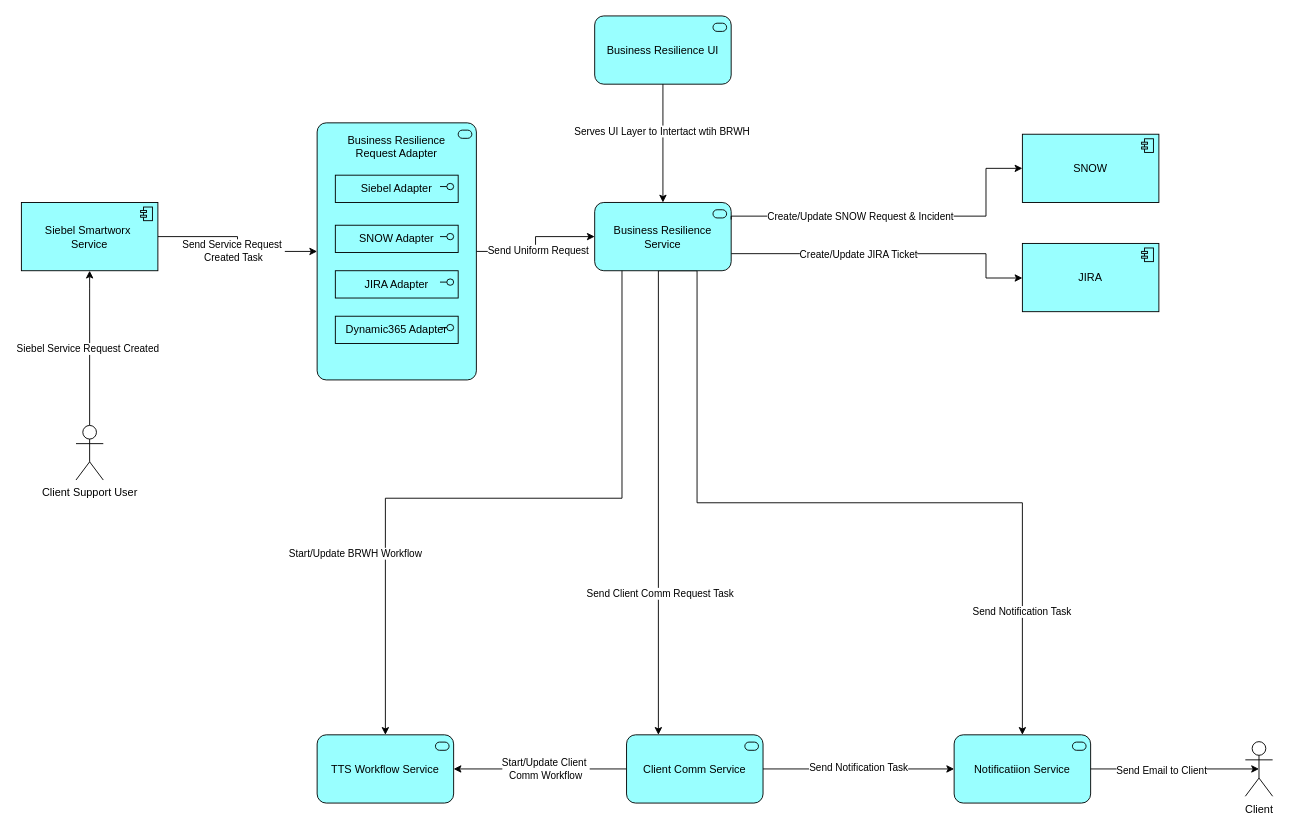
Above: BRWH_Architecture.drawio in ivineetyadav/architectures (draw.io), before the change. Source tidied: cells renumbered, new cells numbered last; positions are measured from the earlier drawing's top-left corner, leaving out a move shared by most shapes. Both pictures are drawn from the tidied source at 91%, with x=0, y=0 at pixel (21, 15).
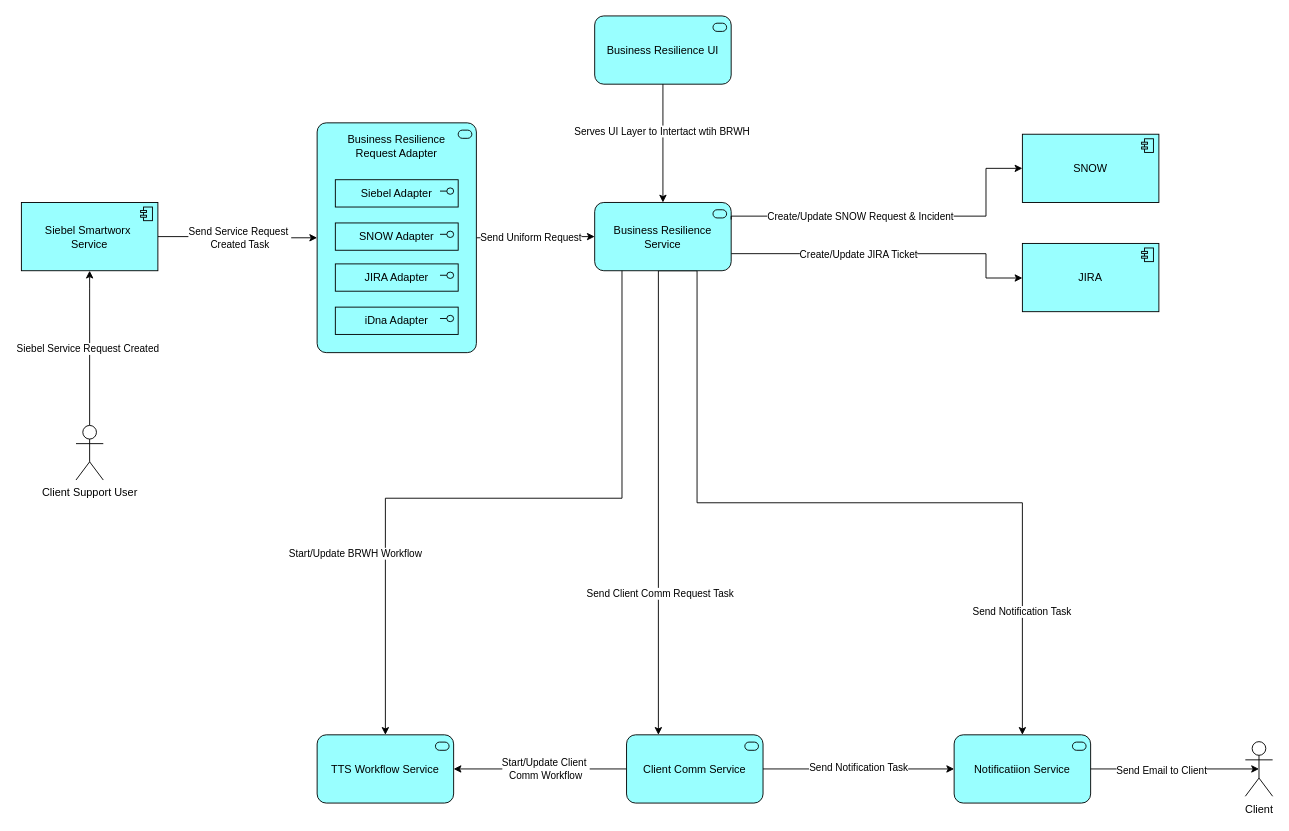
Above is the later version.

What changed in the source:
```diff
@@
-    <mxCell id="7" value="Business Resilience&lt;br&gt;Request Adapter&lt;div&gt;&lt;br&gt;&lt;/div&gt;&lt;div&gt;&lt;br&gt;&lt;/div&gt;&lt;div&gt;&lt;br&gt;&lt;/div&gt;&lt;div&gt;&lt;br&gt;&lt;/div&gt;&lt;div&gt;&lt;br&gt;&lt;/div&gt;&lt;div&gt;&lt;br&gt;&lt;/div&gt;&lt;div&gt;&lt;br&gt;&lt;/div&gt;&lt;div&gt;&lt;br&gt;&lt;/div&gt;&lt;div&gt;&lt;br&gt;&lt;/div&gt;&lt;div&gt;&lt;br&gt;&lt;/div&gt;&lt;div&gt;&lt;br&gt;&lt;/div&gt;&lt;div&gt;&lt;br&gt;&lt;/div&gt;&lt;div&gt;&lt;br&gt;&lt;/div&gt;&lt;div&gt;&lt;br&gt;&lt;/div&gt;&lt;div&gt;&lt;br&gt;&lt;/div&gt;&lt;div&gt;&lt;br&gt;&lt;/div&gt;" style="html=1;outlineConnect=0;whiteSpace=wrap;fillColor=#99ffff;shape=mxgraph.archimate3.application;appType=serv;archiType=rounded;" parent="1" vertex="1">
-      <mxGeometry x="325" y="117.5" width="175" height="282.5" as="geometry" />
+    <mxCell id="7" value="Business Resilience&lt;br&gt;Request Adapter&lt;div&gt;&lt;br&gt;&lt;/div&gt;&lt;div&gt;&lt;br&gt;&lt;/div&gt;&lt;div&gt;&lt;br&gt;&lt;/div&gt;&lt;div&gt;&lt;br&gt;&lt;/div&gt;&lt;div&gt;&lt;br&gt;&lt;/div&gt;&lt;div&gt;&lt;br&gt;&lt;/div&gt;&lt;div&gt;&lt;br&gt;&lt;/div&gt;&lt;div&gt;&lt;br&gt;&lt;/div&gt;&lt;div&gt;&lt;br&gt;&lt;/div&gt;&lt;div&gt;&lt;br&gt;&lt;/div&gt;&lt;div&gt;&lt;br&gt;&lt;/div&gt;&lt;div&gt;&lt;br&gt;&lt;/div&gt;&lt;div&gt;&lt;br&gt;&lt;/div&gt;&lt;div&gt;&lt;br&gt;&lt;/div&gt;" style="html=1;outlineConnect=0;whiteSpace=wrap;fillColor=#99ffff;shape=mxgraph.archimate3.application;appType=serv;archiType=rounded;" parent="1" vertex="1">
+      <mxGeometry x="325" y="117.5" width="175" height="252.5" as="geometry" />
     </mxCell>
@@
     <mxCell id="38" value="Siebel Adapter" style="html=1;whiteSpace=wrap;fillColor=#99ffff;shape=mxgraph.archimate3.application;appType=interface;archiType=square;" parent="1" vertex="1">
-      <mxGeometry x="345" y="175" width="135" height="30" as="geometry" />
+      <mxGeometry x="345" y="180" width="135" height="30" as="geometry" />
     </mxCell>
     <mxCell id="39" value="SNOW Adapter" style="html=1;whiteSpace=wrap;fillColor=#99ffff;shape=mxgraph.archimate3.application;appType=interface;archiType=square;" parent="1" vertex="1">
-      <mxGeometry x="345" y="230" width="135" height="30" as="geometry" />
+      <mxGeometry x="345" y="227.5" width="135" height="30" as="geometry" />
     </mxCell>
     <mxCell id="40" value="JIRA Adapter" style="html=1;whiteSpace=wrap;fillColor=#99ffff;shape=mxgraph.archimate3.application;appType=interface;archiType=square;" parent="1" vertex="1">
-      <mxGeometry x="345" y="280" width="135" height="30" as="geometry" />
+      <mxGeometry x="345" y="272.5" width="135" height="30" as="geometry" />
     </mxCell>
-    <mxCell id="41" value="Dynamic365 Adapter" style="html=1;whiteSpace=wrap;fillColor=#99ffff;shape=mxgraph.archimate3.application;appType=interface;archiType=square;" parent="1" vertex="1">
-      <mxGeometry x="345" y="330" width="135" height="30" as="geometry" />
-    </mxCell>
+    <mxCell id="42" value="iDna Adapter" style="html=1;whiteSpace=wrap;fillColor=#99ffff;shape=mxgraph.archimate3.application;appType=interface;archiType=square;" parent="1" vertex="1">
+      <mxGeometry x="345" y="320" width="135" height="30" as="geometry" />
+    </mxCell>
```
